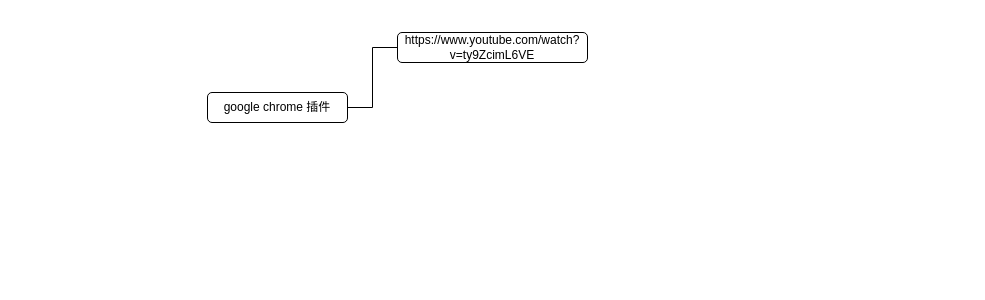
The draw.io diagram 副业赚钱脑图.drawio in Wang-Yu-Qing/help_651, before the edit. Source tidied: cells renumbered, new cells numbered last; positions are measured from the earlier drawing's top-left corner, leaving out a move shared by most shapes. Both pictures are drawn from the tidied source at 100%, with x=0, y=0 at pixel (207, 32).
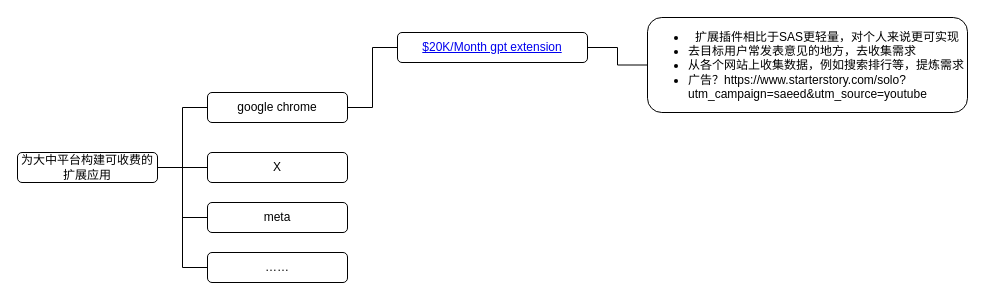
Above is the later version.

Commit message (it also covers changes not shown here):
更新副业赚钱脑图.drawio

The edit, as a diff of the source:
```diff
@@
 <mxGraphModel>
   <root>
     <mxCell id="0" />
     <mxCell id="1" parent="0" />
-    <mxCell id="2" value="google chrome 插件" style="rounded=1;whiteSpace=wrap;html=1;" parent="1" vertex="1">
+    <mxCell id="2" value="google chrome" style="rounded=1;whiteSpace=wrap;html=1;" parent="1" vertex="1">
       <mxGeometry y="60" width="140" height="30" as="geometry" />
     </mxCell>
     <mxCell id="3" style="edgeStyle=orthogonalEdgeStyle;rounded=0;jettySize=auto;html=1;entryX=1;entryY=0.5;entryDx=0;entryDy=0;endArrow=none;endFill=0;" parent="1" edge="1" source="4" target="2">
       <mxGeometry relative="1" as="geometry" />
     </mxCell>
+    <mxCell id="5" style="edgeStyle=orthogonalEdgeStyle;rounded=0;jettySize=auto;html=1;entryX=0;entryY=0.5;entryDx=0;entryDy=0;endArrow=none;endFill=0;" parent="1" edge="1" source="4" target="14">
+      <mxGeometry relative="1" as="geometry" />
+    </mxCell>
-    <mxCell id="4" value="https://www.youtube.com/watch?v=ty9ZcimL6VE" style="rounded=1;whiteSpace=wrap;html=1;" parent="1" vertex="1">
+    <mxCell id="4" value="&lt;a href=&quot;https://www.youtube.com/watch?v=ty9ZcimL6VE&quot;&gt;$20K/Month gpt extension&lt;/a&gt;" style="rounded=1;whiteSpace=wrap;html=1;" parent="1" vertex="1">
       <mxGeometry x="190" width="190" height="30" as="geometry" />
     </mxCell>
+    <mxCell id="6" style="edgeStyle=orthogonalEdgeStyle;rounded=0;jettySize=auto;html=1;entryX=0;entryY=0.5;entryDx=0;entryDy=0;endArrow=none;endFill=0;" parent="1" edge="1" source="10" target="2">
+      <mxGeometry relative="1" as="geometry" />
+    </mxCell>
+    <mxCell id="7" style="edgeStyle=orthogonalEdgeStyle;rounded=0;jettySize=auto;html=1;entryX=0;entryY=0.5;entryDx=0;entryDy=0;endArrow=none;endFill=0;" parent="1" edge="1" source="10" target="11">
+      <mxGeometry relative="1" as="geometry" />
+    </mxCell>
+    <mxCell id="8" style="edgeStyle=orthogonalEdgeStyle;rounded=0;jettySize=auto;html=1;entryX=0;entryY=0.5;entryDx=0;entryDy=0;endArrow=none;endFill=0;" parent="1" edge="1" source="10" target="12">
+      <mxGeometry relative="1" as="geometry" />
+    </mxCell>
+    <mxCell id="9" style="edgeStyle=orthogonalEdgeStyle;rounded=0;jettySize=auto;html=1;entryX=0;entryY=0.5;entryDx=0;entryDy=0;endArrow=none;endFill=0;" parent="1" edge="1" source="10" target="13">
+      <mxGeometry relative="1" as="geometry" />
+    </mxCell>
+    <mxCell id="10" value="为大中平台构建可收费的扩展应用" style="rounded=1;whiteSpace=wrap;html=1;" parent="1" vertex="1">
+      <mxGeometry x="-190" y="120" width="140" height="30" as="geometry" />
+    </mxCell>
+    <mxCell id="11" value="X" style="rounded=1;whiteSpace=wrap;html=1;" parent="1" vertex="1">
+      <mxGeometry y="120" width="140" height="30" as="geometry" />
+    </mxCell>
+    <mxCell id="12" value="meta" style="rounded=1;whiteSpace=wrap;html=1;" parent="1" vertex="1">
+      <mxGeometry y="170" width="140" height="30" as="geometry" />
+    </mxCell>
+    <mxCell id="13" value="……" style="rounded=1;whiteSpace=wrap;html=1;" parent="1" vertex="1">
+      <mxGeometry y="220" width="140" height="30" as="geometry" />
+    </mxCell>
+    <mxCell id="14" value="&lt;ul&gt;&lt;li&gt;扩展插件相比于SAS更轻量，对个人来说更可实现&lt;/li&gt;&lt;li style=&quot;text-align: left;&quot;&gt;去目标用户常发表意见的地方，去收集需求&lt;/li&gt;&lt;li style=&quot;text-align: left;&quot;&gt;从各个网站上收集数据，例如搜索排行等，提炼需求&lt;/li&gt;&lt;li style=&quot;text-align: left;&quot;&gt;广告？https://www.starterstory.com/solo?utm_campaign=saeed&amp;amp;utm_source=youtube&lt;/li&gt;&lt;/ul&gt;" style="rounded=1;whiteSpace=wrap;html=1;" parent="1" vertex="1">
+      <mxGeometry x="440" y="-15" width="320" height="95" as="geometry" />
+    </mxCell>
   </root>
 </mxGraphModel>
```
